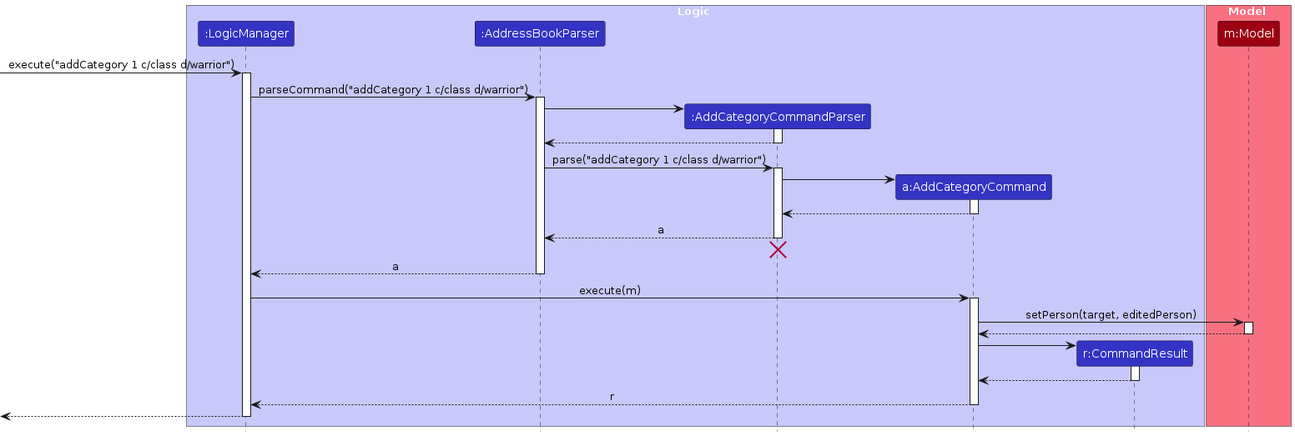
Above: diagrams/AddCategorySequenceDiagram.png in AY2324S2-CS2103T-W13-3/tp (PlantUML), before the change. Its source is kept beside it as diagrams/AddCategorySequenceDiagram.puml.
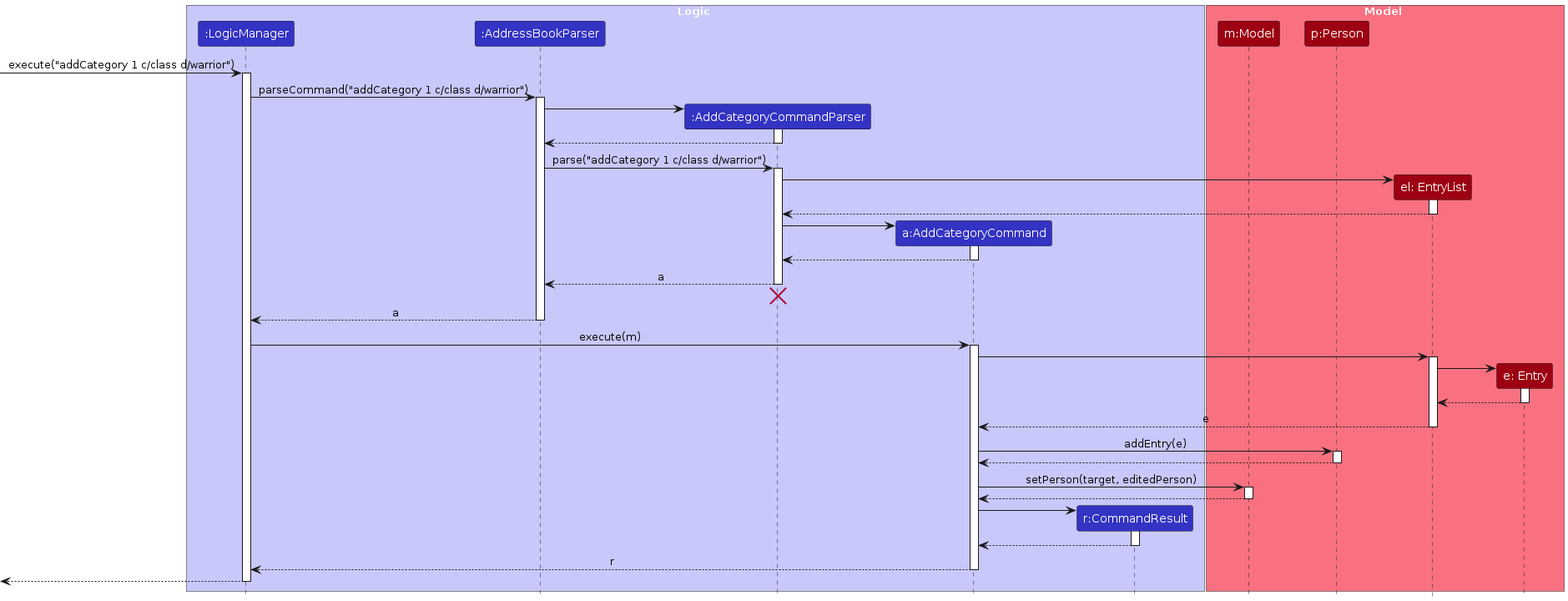
After the change.

Diff of the diagram source:
```diff
@@ -12,6 +12,9 @@
 
 box Model MODEL_COLOR_T1
 participant "m:Model" as Model MODEL_COLOR
+participant "p:Person" as Person MODEL_COLOR
+participant "el: EntryList" as entryList MODEL_COLOR
+participant "e: Entry" as Entry MODEL_COLOR
 end box
 
 [-> LogicManager : execute("addCategory 1 c/class d/warrior")
@@ -30,6 +33,12 @@
 AddressBookParser -> AddCategoryCommandParser : parse("addCategory 1 c/class d/warrior")
 activate AddCategoryCommandParser
 
+create entryList
+AddCategoryCommandParser -> entryList
+activate entryList
+entryList --> AddCategoryCommandParser
+deactivate
+
 create AddCategoryCommand
 AddCategoryCommandParser -> AddCategoryCommand
 activate AddCategoryCommand
@@ -47,6 +56,21 @@
 
 LogicManager -> AddCategoryCommand : execute(m)
 activate AddCategoryCommand
+
+AddCategoryCommand -> entryList
+activate entryList
+create Entry
+entryList -> Entry
+activate Entry
+Entry --> entryList
+deactivate
+entryList --> AddCategoryCommand : e
+deactivate
+
+AddCategoryCommand -> Person : addEntry(e)
+activate Person
+Person --> AddCategoryCommand
+deactivate
 
 AddCategoryCommand -> Model : setPerson(target, editedPerson)
 activate Model
```
